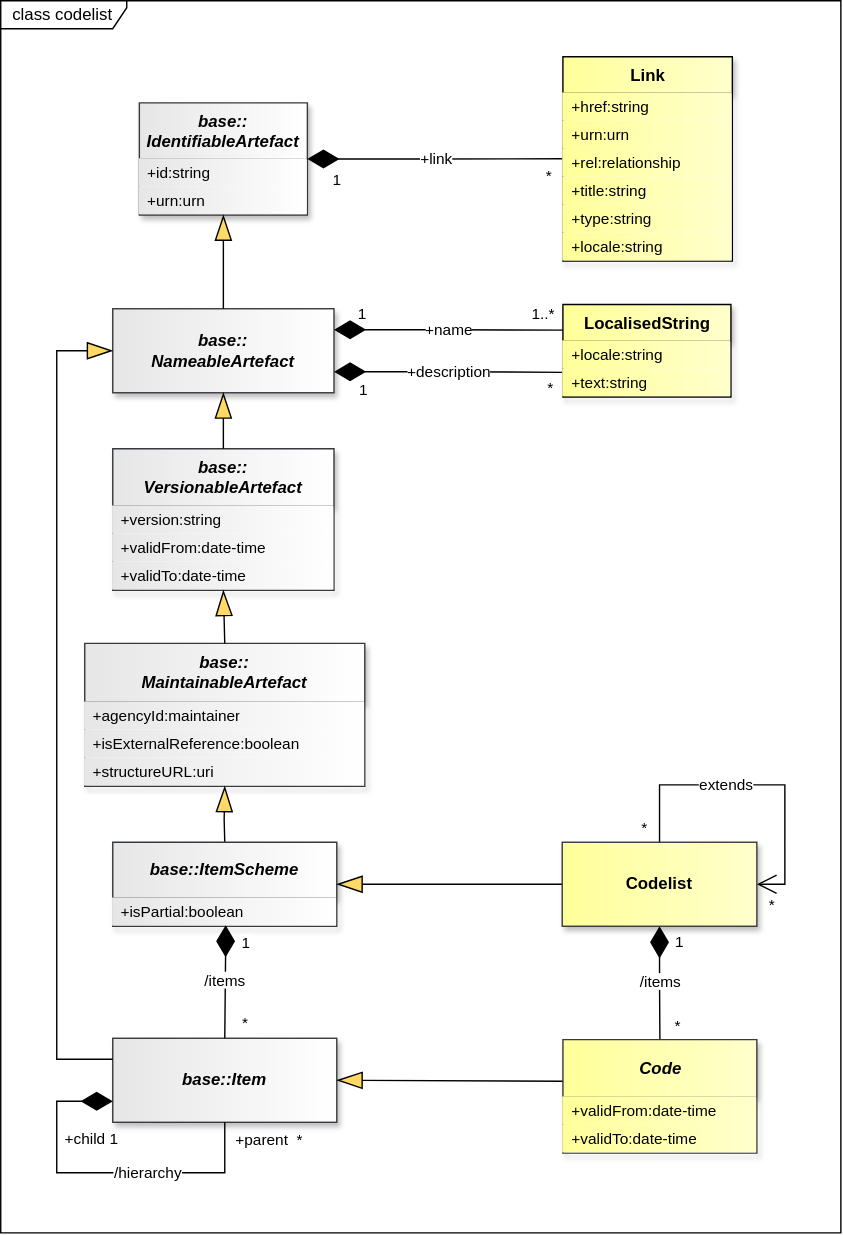
Above: docs/information_model/media/sdmx_codelist-codelist.svg in sdmx-twg/sdmx-im (draw.io), before the change. Source tidied: cells renumbered, new cells last; positions are measured from the earlier drawing's top-left corner, leaving out a move shared by most shapes.
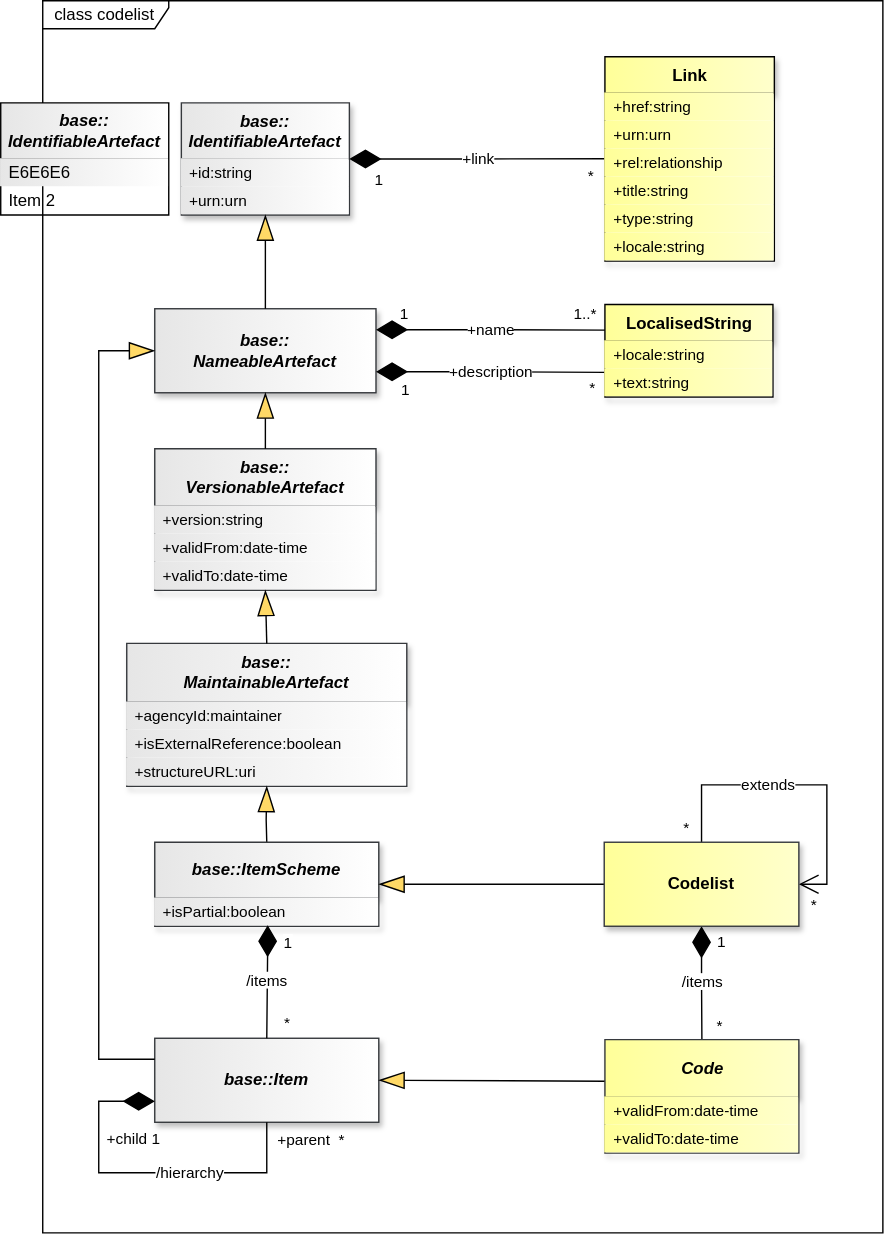
After the change.

What changed in the source:
```diff
@@ -288,5 +288,14 @@
     <mxCell id="79" value="+locale:string" style="text;strokeColor=none;fillColor=light-dark(#FFFF99,#FFFF99);align=left;verticalAlign=middle;spacingLeft=4;spacingRight=4;overflow=hidden;whiteSpace=wrap;html=1;fontSize=11;gradientColor=light-dark(#FFFFCC,#FFFFCC);gradientDirection=east;fontColor=light-dark(#000000,#000000);strokeWidth=0;" parent="73" vertex="1">
       <mxGeometry y="126" width="121" height="20" as="geometry" />
     </mxCell>
+    <mxCell id="80" value="&lt;span style=&quot;font-style: italic; font-weight: 700;&quot;&gt;base::&lt;/span&gt;&lt;br style=&quot;font-style: italic; font-weight: 700;&quot;&gt;&lt;span style=&quot;font-style: italic; font-weight: 700;&quot;&gt;IdentifiableArtefact&lt;/span&gt;" style="swimlane;fontStyle=0;horizontal=1;startSize=40;whiteSpace=wrap;html=1;fillColor=light-dark(#E6E6E6,#E6E6E6);gradientColor=light-dark(#FFFFFF,#FFFFFF);gradientDirection=east;" parent="1" vertex="1">
+      <mxGeometry x="-30" y="73" width="120" height="80" as="geometry" />
+    </mxCell>
+    <mxCell id="81" value="E6E6E6" style="text;strokeColor=none;fillColor=light-dark(#E6E6E6,#E6E6E6);align=left;verticalAlign=middle;spacingLeft=4;spacingRight=4;overflow=hidden;whiteSpace=wrap;html=1;gradientColor=light-dark(#FFFFFF,#FFFFFF);gradientDirection=east;" parent="80" vertex="1">
+      <mxGeometry y="40" width="120" height="20" as="geometry" />
+    </mxCell>
+    <mxCell id="82" value="Item 2" style="text;strokeColor=none;fillColor=none;align=left;verticalAlign=middle;spacingLeft=4;spacingRight=4;overflow=hidden;whiteSpace=wrap;html=1;" parent="80" vertex="1">
+      <mxGeometry y="60" width="120" height="20" as="geometry" />
+    </mxCell>
   </root>
 </mxGraphModel>
```
